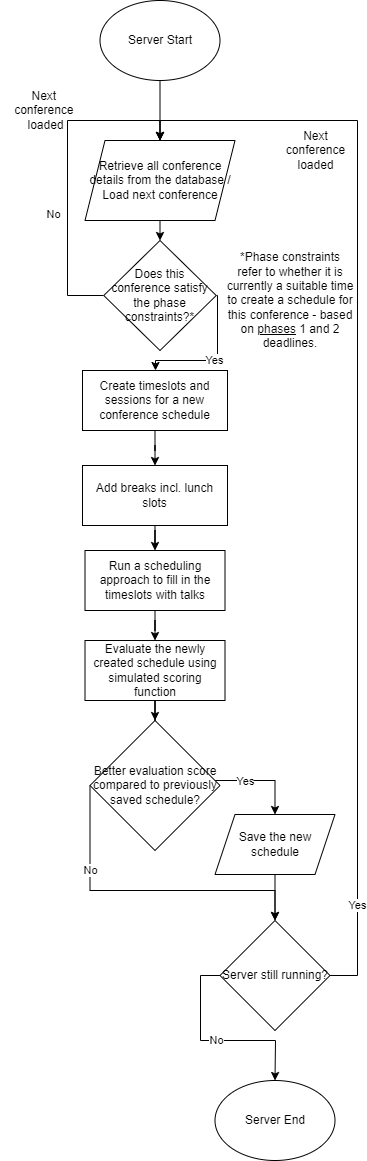
Earlier version of the draw.io export ExampleConfGraphs/schedulerFlow.png (JezRoy/ConferenceWebApp). Source tidied: cells renumbered, new cells last; positions are measured from the earlier drawing's top-left corner, leaving out a move shared by most shapes.
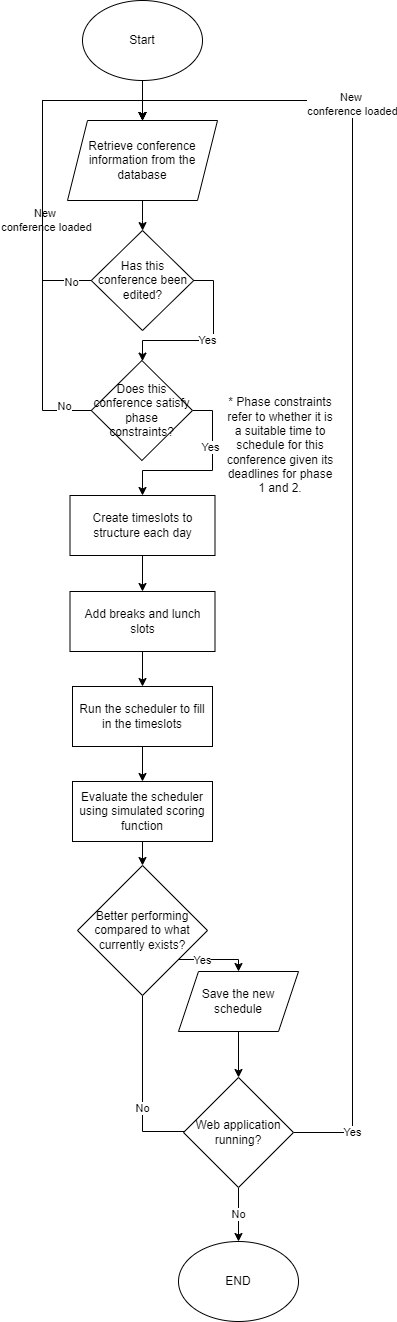
Above is the later version.

What changed in the source:
```diff
@@ -5,124 +5,148 @@
     <mxCell id="2" style="edgeStyle=orthogonalEdgeStyle;rounded=0;jettySize=auto;html=1;" parent="1" edge="1" source="3" target="5">
       <mxGeometry relative="1" as="geometry" />
     </mxCell>
-    <mxCell id="3" value="Server Start" style="ellipse;whiteSpace=wrap;html=1;" parent="1" vertex="1">
-      <mxGeometry x="100.5" width="120" height="80" as="geometry" />
+    <mxCell id="3" value="Start" style="ellipse;whiteSpace=wrap;html=1;" parent="1" vertex="1">
+      <mxGeometry x="98" y="40" width="120" height="80" as="geometry" />
     </mxCell>
-    <mxCell id="4" style="edgeStyle=orthogonalEdgeStyle;rounded=0;jettySize=auto;html=1;" parent="1" edge="1" source="5" target="27">
-      <mxGeometry relative="1" as="geometry" />
-    </mxCell>
+    <mxCell id="31" style="edgeStyle=orthogonalEdgeStyle;rounded=0;jettySize=auto;html=1;" parent="1" edge="1" source="5" target="36">
+      <mxGeometry relative="1" as="geometry" />
+    </mxCell>
-    <mxCell id="5" value="Retrieve all conference details from the database / Load next conference" style="shape=parallelogram;perimeter=parallelogramPerimeter;whiteSpace=wrap;html=1;fixedSize=1;" parent="1" vertex="1">
-      <mxGeometry x="85.5" y="140" width="150" height="80" as="geometry" />
+    <mxCell id="5" value="Retrieve conference information from the database" style="shape=parallelogram;perimeter=parallelogramPerimeter;whiteSpace=wrap;html=1;fixedSize=1;" parent="1" vertex="1">
+      <mxGeometry x="83" y="160" width="150" height="80" as="geometry" />
     </mxCell>
     <mxCell id="6" style="edgeStyle=orthogonalEdgeStyle;rounded=0;jettySize=auto;html=1;" parent="1" edge="1" source="7" target="9">
       <mxGeometry relative="1" as="geometry" />
     </mxCell>
-    <mxCell id="7" value="Create timeslots and sessions for a new conference schedule" style="rounded=0;whiteSpace=wrap;html=1;" parent="1" vertex="1">
-      <mxGeometry x="83" y="370" width="145" height="60" as="geometry" />
+    <mxCell id="7" value="Create timeslots to structure each day" style="rounded=0;whiteSpace=wrap;html=1;" parent="1" vertex="1">
+      <mxGeometry x="85.5" y="535" width="145" height="60" as="geometry" />
     </mxCell>
     <mxCell id="8" style="edgeStyle=orthogonalEdgeStyle;rounded=0;jettySize=auto;html=1;" parent="1" edge="1" source="9" target="11">
       <mxGeometry relative="1" as="geometry" />
     </mxCell>
-    <mxCell id="9" value="Add breaks incl. lunch slots" style="rounded=0;whiteSpace=wrap;html=1;" parent="1" vertex="1">
-      <mxGeometry x="83" y="465" width="145" height="60" as="geometry" />
+    <mxCell id="9" value="Add breaks and lunch slots" style="rounded=0;whiteSpace=wrap;html=1;" parent="1" vertex="1">
+      <mxGeometry x="85.5" y="631" width="145" height="60" as="geometry" />
     </mxCell>
     <mxCell id="10" style="edgeStyle=orthogonalEdgeStyle;rounded=0;jettySize=auto;html=1;" parent="1" edge="1" source="11" target="13">
       <mxGeometry relative="1" as="geometry" />
     </mxCell>
-    <mxCell id="11" value="Run a scheduling approach to fill in the timeslots with talks" style="rounded=0;whiteSpace=wrap;html=1;" parent="1" vertex="1">
-      <mxGeometry x="85.5" y="550" width="140" height="60" as="geometry" />
+    <mxCell id="11" value="Run the scheduler to fill in the timeslots" style="rounded=0;whiteSpace=wrap;html=1;" parent="1" vertex="1">
+      <mxGeometry x="88" y="726" width="140" height="60" as="geometry" />
     </mxCell>
     <mxCell id="12" style="edgeStyle=orthogonalEdgeStyle;rounded=0;jettySize=auto;html=1;" parent="1" edge="1" source="13" target="17">
       <mxGeometry relative="1" as="geometry" />
     </mxCell>
-    <mxCell id="13" value="Evaluate the newly created schedule using simulated scoring function" style="rounded=0;whiteSpace=wrap;html=1;" parent="1" vertex="1">
-      <mxGeometry x="85.5" y="640" width="140" height="60" as="geometry" />
+    <mxCell id="13" value="Evaluate the scheduler using simulated scoring function" style="rounded=0;whiteSpace=wrap;html=1;" parent="1" vertex="1">
+      <mxGeometry x="88" y="821" width="140" height="60" as="geometry" />
     </mxCell>
     <mxCell id="14" style="edgeStyle=orthogonalEdgeStyle;rounded=0;jettySize=auto;html=1;entryX=0.5;entryY=0;entryDx=0;entryDy=0;" parent="1" edge="1" source="17" target="19">
       <mxGeometry relative="1" as="geometry">
         <Array as="points">
-          <mxPoint x="275.5" y="780" />
+          <mxPoint x="254" y="999" />
         </Array>
       </mxGeometry>
     </mxCell>
     <mxCell id="15" value="Yes" style="edgeLabel;html=1;align=center;verticalAlign=middle;" parent="14" vertex="1">
       <mxGeometry x="-0.35" relative="1" as="geometry" />
     </mxCell>
-    <mxCell id="16" value="No" style="edgeStyle=orthogonalEdgeStyle;rounded=0;jettySize=auto;html=1;entryX=0.5;entryY=0;entryDx=0;entryDy=0;exitX=0;exitY=0.5;exitDx=0;exitDy=0;" parent="1" edge="1" source="17" target="22">
-      <mxGeometry x="-0.47" relative="1" as="geometry">
+    <mxCell id="16" value="No" style="edgeStyle=orthogonalEdgeStyle;rounded=0;jettySize=auto;html=1;entryX=0;entryY=0.5;entryDx=0;entryDy=0;" parent="1" edge="1" source="17" target="22">
+      <mxGeometry relative="1" as="geometry">
         <Array as="points">
-          <mxPoint x="90.5" y="890" />
-          <mxPoint x="275.5" y="890" />
+          <mxPoint x="158" y="1171" />
+          <mxPoint x="223" y="1171" />
         </Array>
       </mxGeometry>
     </mxCell>
-    <mxCell id="17" value="Better evaluation score compared to previously saved schedule?" style="rhombus;whiteSpace=wrap;html=1;" parent="1" vertex="1">
-      <mxGeometry x="90.5" y="720" width="130" height="130" as="geometry" />
+    <mxCell id="17" value="Better performing compared to what currently exists?" style="rhombus;whiteSpace=wrap;html=1;" parent="1" vertex="1">
+      <mxGeometry x="93" y="905" width="130" height="130" as="geometry" />
     </mxCell>
     <mxCell id="18" style="edgeStyle=orthogonalEdgeStyle;rounded=0;jettySize=auto;html=1;" parent="1" edge="1" source="19" target="22">
       <mxGeometry relative="1" as="geometry" />
     </mxCell>
     <mxCell id="19" value="Save the new schedule" style="shape=parallelogram;perimeter=parallelogramPerimeter;whiteSpace=wrap;html=1;fixedSize=1;" parent="1" vertex="1">
-      <mxGeometry x="215.5" y="814" width="120" height="60" as="geometry" />
+      <mxGeometry x="194" y="1011" width="120" height="60" as="geometry" />
     </mxCell>
-    <mxCell id="20" value="Yes" style="edgeStyle=orthogonalEdgeStyle;rounded=0;jettySize=auto;html=1;entryX=0.5;entryY=0;entryDx=0;entryDy=0;exitX=1;exitY=0.5;exitDx=0;exitDy=0;" parent="1" edge="1" source="22" target="5">
-      <mxGeometry x="-0.82" relative="1" as="geometry">
+    <mxCell id="20" style="edgeStyle=orthogonalEdgeStyle;rounded=0;jettySize=auto;html=1;entryX=0.5;entryY=0;entryDx=0;entryDy=0;" parent="1" edge="1" source="22" target="5">
+      <mxGeometry relative="1" as="geometry">
         <Array as="points">
-          <mxPoint x="358" y="975" />
-          <mxPoint x="358" y="120" />
-          <mxPoint x="161" y="120" />
+          <mxPoint x="368" y="1172" />
+          <mxPoint x="368" y="140" />
+          <mxPoint x="158" y="140" />
         </Array>
       </mxGeometry>
     </mxCell>
+    <mxCell id="32" value="Yes" style="edgeLabel;html=1;align=center;verticalAlign=middle;" parent="20" vertex="1">
+      <mxGeometry x="-0.91" y="1" relative="1" as="geometry" />
+    </mxCell>
+    <mxCell id="33" value="New&amp;nbsp;&lt;div&gt;conference loaded&lt;/div&gt;" style="edgeLabel;html=1;align=center;verticalAlign=middle;" parent="20" vertex="1">
+      <mxGeometry x="0.65" y="1" relative="1" as="geometry" />
+    </mxCell>
-    <mxCell id="21" value="No" style="edgeStyle=orthogonalEdgeStyle;rounded=0;jettySize=auto;html=1;exitX=0;exitY=0.5;exitDx=0;exitDy=0;" parent="1" edge="1" source="22" target="23">
-      <mxGeometry relative="1" as="geometry">
-        <Array as="points">
-          <mxPoint x="201" y="975" />
-          <mxPoint x="201" y="1040" />
-          <mxPoint x="276" y="1040" />
-        </Array>
-      </mxGeometry>
+    <mxCell id="21" value="No" style="edgeStyle=orthogonalEdgeStyle;rounded=0;jettySize=auto;html=1;" parent="1" edge="1" source="22" target="23">
+      <mxGeometry relative="1" as="geometry" />
     </mxCell>
-    <mxCell id="22" value="Server still running?" style="rhombus;whiteSpace=wrap;html=1;" parent="1" vertex="1">
-      <mxGeometry x="220.5" y="920" width="110" height="110" as="geometry" />
+    <mxCell id="22" value="Web application running?" style="rhombus;whiteSpace=wrap;html=1;" parent="1" vertex="1">
+      <mxGeometry x="199" y="1117" width="110" height="110" as="geometry" />
     </mxCell>
-    <mxCell id="23" value="Server End" style="ellipse;whiteSpace=wrap;html=1;" parent="1" vertex="1">
-      <mxGeometry x="215.5" y="1080" width="120" height="80" as="geometry" />
+    <mxCell id="23" value="END" style="ellipse;whiteSpace=wrap;html=1;" parent="1" vertex="1">
+      <mxGeometry x="194" y="1281" width="120" height="80" as="geometry" />
     </mxCell>
-    <mxCell id="24" style="edgeStyle=orthogonalEdgeStyle;rounded=0;jettySize=auto;html=1;entryX=0.5;entryY=0;entryDx=0;entryDy=0;exitX=0;exitY=0.5;exitDx=0;exitDy=0;" parent="1" edge="1" source="27" target="5">
-      <mxGeometry relative="1" as="geometry">
-        <Array as="points">
-          <mxPoint x="68" y="295" />
-          <mxPoint x="68" y="120" />
-          <mxPoint x="160" y="120" />
-        </Array>
-      </mxGeometry>
-    </mxCell>
+    <mxCell id="34" style="edgeStyle=orthogonalEdgeStyle;rounded=0;jettySize=auto;html=1;entryX=0.5;entryY=0;entryDx=0;entryDy=0;" parent="1" edge="1" source="36" target="5">
+      <mxGeometry relative="1" as="geometry">
+        <Array as="points">
+          <mxPoint x="58" y="320" />
+          <mxPoint x="58" y="140" />
+          <mxPoint x="158" y="140" />
+        </Array>
+      </mxGeometry>
+    </mxCell>
+    <mxCell id="35" value="New&amp;nbsp;&lt;div&gt;conference loaded&lt;/div&gt;" style="edgeLabel;html=1;align=center;verticalAlign=middle;" parent="34" vertex="1">
+      <mxGeometry x="-0.38" y="1" relative="1" as="geometry">
+        <mxPoint x="4" as="offset" />
+      </mxGeometry>
+    </mxCell>
-    <mxCell id="25" value="No" style="edgeLabel;html=1;align=center;verticalAlign=middle;" parent="24" vertex="1">
-      <mxGeometry x="-0.68" relative="1" as="geometry">
-        <mxPoint x="-15" y="-65" as="offset" />
-      </mxGeometry>
+    <mxCell id="25" value="No" style="edgeLabel;html=1;align=center;verticalAlign=middle;" parent="34" vertex="1">
+      <mxGeometry x="-0.88" y="1" relative="1" as="geometry" />
     </mxCell>
-    <mxCell id="26" value="Yes" style="edgeStyle=orthogonalEdgeStyle;rounded=0;jettySize=auto;html=1;exitX=1;exitY=0.5;exitDx=0;exitDy=0;" parent="1" edge="1" source="27" target="7">
+    <mxCell id="26" value="Yes" style="edgeStyle=orthogonalEdgeStyle;rounded=0;jettySize=auto;html=1;exitX=1;exitY=0.5;exitDx=0;exitDy=0;" parent="1" edge="1" source="36" target="41">
       <mxGeometry relative="1" as="geometry">
         <Array as="points">
-          <mxPoint x="218" y="295" />
-          <mxPoint x="218" y="360" />
-          <mxPoint x="156" y="360" />
+          <mxPoint x="229" y="320" />
+          <mxPoint x="229" y="380" />
+          <mxPoint x="158" y="380" />
         </Array>
       </mxGeometry>
     </mxCell>
-    <mxCell id="27" value="Does this conference satisfy the phase constraints?*" style="rhombus;whiteSpace=wrap;html=1;" parent="1" vertex="1">
-      <mxGeometry x="104.2" y="240" width="112.5" height="110" as="geometry" />
-    </mxCell>
-    <mxCell id="28" value="*Phase constraints refer to whether it is currently a suitable time to create a schedule for this conference - based on &lt;u&gt;phases&lt;/u&gt;&amp;nbsp;1 and 2 deadlines." style="text;html=1;align=center;verticalAlign=middle;whiteSpace=wrap;rounded=0;" parent="1" vertex="1">
-      <mxGeometry x="225.5" y="270" width="130" height="60" as="geometry" />
-    </mxCell>
-    <mxCell id="29" value="Next&amp;nbsp;&lt;div&gt;conference&amp;nbsp;&lt;/div&gt;&lt;div&gt;loaded&lt;/div&gt;" style="text;html=1;align=center;verticalAlign=middle;strokeColor=none;fillColor=none;" parent="1" vertex="1">
-      <mxGeometry x="0.5" y="80" width="90" height="60" as="geometry" />
-    </mxCell>
-    <mxCell id="30" value="Next&lt;div&gt;conference&lt;/div&gt;&lt;div&gt;loaded&lt;/div&gt;" style="text;html=1;align=center;verticalAlign=middle;strokeColor=none;fillColor=none;" parent="1" vertex="1">
-      <mxGeometry x="275.5" y="120" width="80" height="60" as="geometry" />
-    </mxCell>
+    <mxCell id="36" value="Has this conference been edited?" style="rhombus;whiteSpace=wrap;html=1;" parent="1" vertex="1">
+      <mxGeometry x="106.8" y="270" width="102.5" height="100" as="geometry" />
+    </mxCell>
+    <mxCell id="37" style="edgeStyle=orthogonalEdgeStyle;rounded=0;jettySize=auto;html=1;entryX=0.5;entryY=0;entryDx=0;entryDy=0;" parent="1" edge="1" source="41" target="5">
+      <mxGeometry relative="1" as="geometry">
+        <Array as="points">
+          <mxPoint x="58" y="450" />
+          <mxPoint x="58" y="140" />
+          <mxPoint x="158" y="140" />
+        </Array>
+      </mxGeometry>
+    </mxCell>
+    <mxCell id="38" value="No&lt;div&gt;&lt;br&gt;&lt;/div&gt;" style="edgeLabel;html=1;align=center;verticalAlign=middle;" parent="37" vertex="1">
+      <mxGeometry x="-0.89" y="2" relative="1" as="geometry" />
+    </mxCell>
+    <mxCell id="39" style="edgeStyle=orthogonalEdgeStyle;rounded=0;jettySize=auto;html=1;exitX=1;exitY=0.5;exitDx=0;exitDy=0;" parent="1" edge="1" source="41" target="7">
+      <mxGeometry relative="1" as="geometry">
+        <Array as="points">
+          <mxPoint x="228" y="450" />
+          <mxPoint x="228" y="510" />
+          <mxPoint x="158" y="510" />
+        </Array>
+      </mxGeometry>
+    </mxCell>
+    <mxCell id="40" value="Yes" style="edgeLabel;html=1;align=center;verticalAlign=middle;" parent="39" vertex="1">
+      <mxGeometry x="-0.36" y="-3" relative="1" as="geometry" />
+    </mxCell>
+    <mxCell id="41" value="Does this conference satisfy phase constraints?" style="rhombus;whiteSpace=wrap;html=1;" parent="1" vertex="1">
+      <mxGeometry x="106.8" y="400" width="101.2" height="100" as="geometry" />
+    </mxCell>
+    <mxCell id="42" value="* Phase constraints refer to whether it is a suitable time to schedule for this conference given its deadlines for phase 1 and 2." style="text;html=1;align=center;verticalAlign=middle;whiteSpace=wrap;rounded=0;" parent="1" vertex="1">
+      <mxGeometry x="241" y="470" width="110" height="30" as="geometry" />
+    </mxCell>
   </root>
 </mxGraphModel>
```
